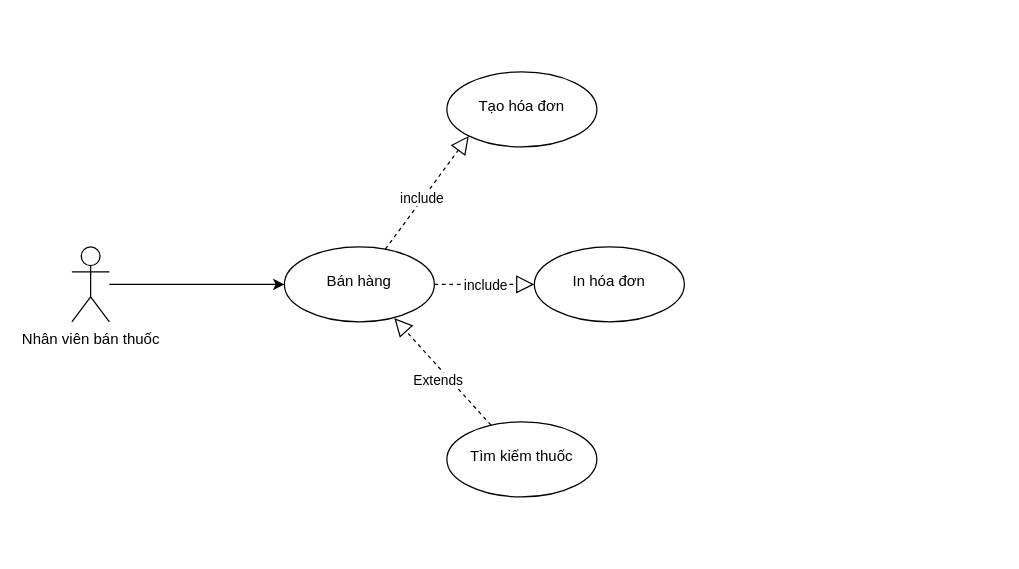
Before: diagram/pos.drawio in dungph/KMA_CTKH11, a draw.io diagram. Source tidied: cells renumbered, new cells numbered last; positions are measured from the earlier drawing's top-left corner, leaving out a move shared by most shapes. Both pictures are drawn from the tidied source at 125%, with x=0, y=0 at pixel (71, 71).
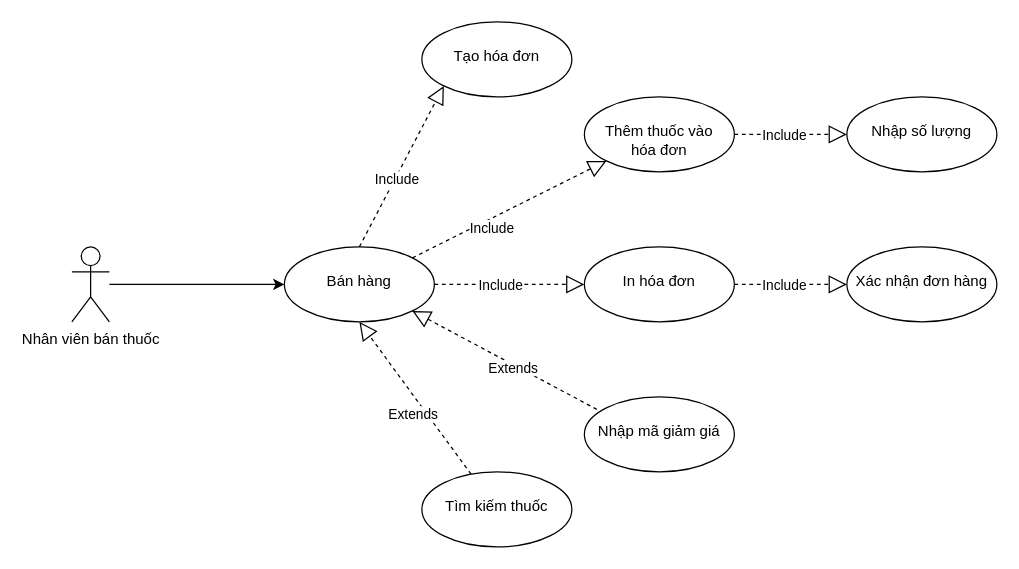
After the change.

Unchanged cells that the change refers to:
```xml
<mxCell id="4" value="&lt;br&gt;Bán hàng" style="ellipse;whiteSpace=wrap;html=1;verticalAlign=top;" parent="1" vertex="1">
  <mxGeometry x="170" y="140" width="120" height="60" as="geometry" />
</mxCell>
<mxCell id="6" style="endArrow=block;dashed=1;endFill=0;endSize=12;html=1;rounded=0;entryX=0;entryY=0.5;entryDx=0;entryDy=0;exitX=1;exitY=0.5;exitDx=0;exitDy=0;" parent="1" edge="1" source="4" target="5">
  <mxGeometry relative="1" as="geometry" />
</mxCell>
```

The edit, as a diff of the source:
```diff
@@
     <mxCell id="5" value="&lt;br&gt;In hóa đơn" style="ellipse;whiteSpace=wrap;html=1;verticalAlign=top;" parent="1" vertex="1">
-      <mxGeometry x="370" y="140" width="120" height="60" as="geometry" />
+      <mxGeometry x="410" y="140" width="120" height="60" as="geometry" />
     </mxCell>
@@
-    <mxCell id="7" value="include" style="edgeLabel;html=1;align=center;verticalAlign=middle;" parent="6" vertex="1">
+    <mxCell id="7" value="Include" style="edgeLabel;html=1;align=center;verticalAlign=middle;" parent="6" vertex="1">
       <mxGeometry x="-0.36" y="3" relative="1" as="geometry">
         <mxPoint x="14" y="3" as="offset" />
       </mxGeometry>
     </mxCell>
     <mxCell id="8" value="&lt;br&gt;Tìm kiếm thuốc" style="ellipse;whiteSpace=wrap;html=1;verticalAlign=top;" parent="1" vertex="1">
-      <mxGeometry x="300" y="280" width="120" height="60" as="geometry" />
+      <mxGeometry x="280" y="320" width="120" height="60" as="geometry" />
     </mxCell>
-    <mxCell id="9" style="endArrow=block;dashed=1;endFill=0;endSize=12;html=1;rounded=0;entryX=0.733;entryY=0.95;entryDx=0;entryDy=0;entryPerimeter=0;" parent="1" edge="1" source="8" target="4">
+    <mxCell id="9" style="endArrow=block;dashed=1;endFill=0;endSize=12;html=1;rounded=0;entryX=0.5;entryY=1;entryDx=0;entryDy=0;" parent="1" edge="1" source="8" target="4">
       <mxGeometry relative="1" as="geometry" />
     </mxCell>
@@
     <mxCell id="11" value="&lt;br&gt;Tạo hóa đơn" style="ellipse;whiteSpace=wrap;html=1;verticalAlign=top;" parent="1" vertex="1">
-      <mxGeometry x="300" width="120" height="60" as="geometry" />
+      <mxGeometry x="280" y="-40" width="120" height="60" as="geometry" />
     </mxCell>
-    <mxCell id="12" style="endArrow=block;dashed=1;endFill=0;endSize=12;html=1;rounded=0;entryX=0;entryY=1;entryDx=0;entryDy=0;" parent="1" edge="1" source="4" target="11">
+    <mxCell id="12" style="endArrow=block;dashed=1;endFill=0;endSize=12;html=1;rounded=0;entryX=0;entryY=1;entryDx=0;entryDy=0;exitX=0.5;exitY=0;exitDx=0;exitDy=0;" parent="1" edge="1" source="4" target="11">
       <mxGeometry relative="1" as="geometry" />
     </mxCell>
-    <mxCell id="13" value="include" style="edgeLabel;html=1;align=center;verticalAlign=middle;" parent="12" vertex="1">
+    <mxCell id="13" value="Include" style="edgeLabel;html=1;align=center;verticalAlign=middle;" parent="12" vertex="1">
       <mxGeometry x="-0.36" y="3" relative="1" as="geometry">
         <mxPoint x="10" y="-11" as="offset" />
       </mxGeometry>
     </mxCell>
+    <mxCell id="14" value="&lt;br&gt;Thêm thuốc vào&lt;br&gt;hóa đơn" style="ellipse;whiteSpace=wrap;html=1;verticalAlign=top;" parent="1" vertex="1">
+      <mxGeometry x="410" y="20" width="120" height="60" as="geometry" />
+    </mxCell>
+    <mxCell id="15" style="endArrow=block;dashed=1;endFill=0;endSize=12;html=1;rounded=0;exitX=1;exitY=0;exitDx=0;exitDy=0;entryX=0;entryY=1;entryDx=0;entryDy=0;" parent="1" edge="1" source="4" target="14">
+      <mxGeometry relative="1" as="geometry" />
+    </mxCell>
+    <mxCell id="16" value="Include" style="edgeLabel;html=1;align=center;verticalAlign=middle;" parent="15" vertex="1">
+      <mxGeometry x="-0.36" y="3" relative="1" as="geometry">
+        <mxPoint x="14" y="3" as="offset" />
+      </mxGeometry>
+    </mxCell>
+    <mxCell id="17" value="&lt;br&gt;Nhập số lượng" style="ellipse;whiteSpace=wrap;html=1;verticalAlign=top;" parent="1" vertex="1">
+      <mxGeometry x="620" y="20" width="120" height="60" as="geometry" />
+    </mxCell>
+    <mxCell id="18" style="endArrow=block;dashed=1;endFill=0;endSize=12;html=1;rounded=0;entryX=0;entryY=0.5;entryDx=0;entryDy=0;exitX=1;exitY=0.5;exitDx=0;exitDy=0;" parent="1" edge="1" source="14" target="17">
+      <mxGeometry relative="1" as="geometry" />
+    </mxCell>
+    <mxCell id="19" value="Include" style="edgeLabel;html=1;align=center;verticalAlign=middle;" parent="18" vertex="1">
+      <mxGeometry x="-0.48" relative="1" as="geometry">
+        <mxPoint x="16" as="offset" />
+      </mxGeometry>
+    </mxCell>
+    <mxCell id="20" value="&lt;br&gt;Nhập mã giảm giá" style="ellipse;whiteSpace=wrap;html=1;verticalAlign=top;" parent="1" vertex="1">
+      <mxGeometry x="410" y="260" width="120" height="60" as="geometry" />
+    </mxCell>
+    <mxCell id="21" style="endArrow=block;dashed=1;endFill=0;endSize=12;html=1;rounded=0;entryX=1;entryY=1;entryDx=0;entryDy=0;exitX=0.083;exitY=0.167;exitDx=0;exitDy=0;exitPerimeter=0;" parent="1" edge="1" source="20" target="4">
+      <mxGeometry relative="1" as="geometry" />
+    </mxCell>
+    <mxCell id="22" value="Extends" style="edgeLabel;html=1;align=center;verticalAlign=middle;" parent="21" vertex="1">
+      <mxGeometry x="-0.31" relative="1" as="geometry">
+        <mxPoint x="-16" y="-6" as="offset" />
+      </mxGeometry>
+    </mxCell>
+    <mxCell id="23" value="&lt;br&gt;Xác nhận đơn hàng" style="ellipse;whiteSpace=wrap;html=1;verticalAlign=top;" parent="1" vertex="1">
+      <mxGeometry x="620" y="140" width="120" height="60" as="geometry" />
+    </mxCell>
+    <mxCell id="24" style="endArrow=block;dashed=1;endFill=0;endSize=12;html=1;rounded=0;entryX=0;entryY=0.5;entryDx=0;entryDy=0;exitX=1;exitY=0.5;exitDx=0;exitDy=0;" parent="1" edge="1" source="5" target="23">
+      <mxGeometry relative="1" as="geometry" />
+    </mxCell>
+    <mxCell id="25" value="Include" style="edgeLabel;html=1;align=center;verticalAlign=middle;" parent="24" vertex="1">
+      <mxGeometry x="-0.48" relative="1" as="geometry">
+        <mxPoint x="16" as="offset" />
+      </mxGeometry>
+    </mxCell>
```
